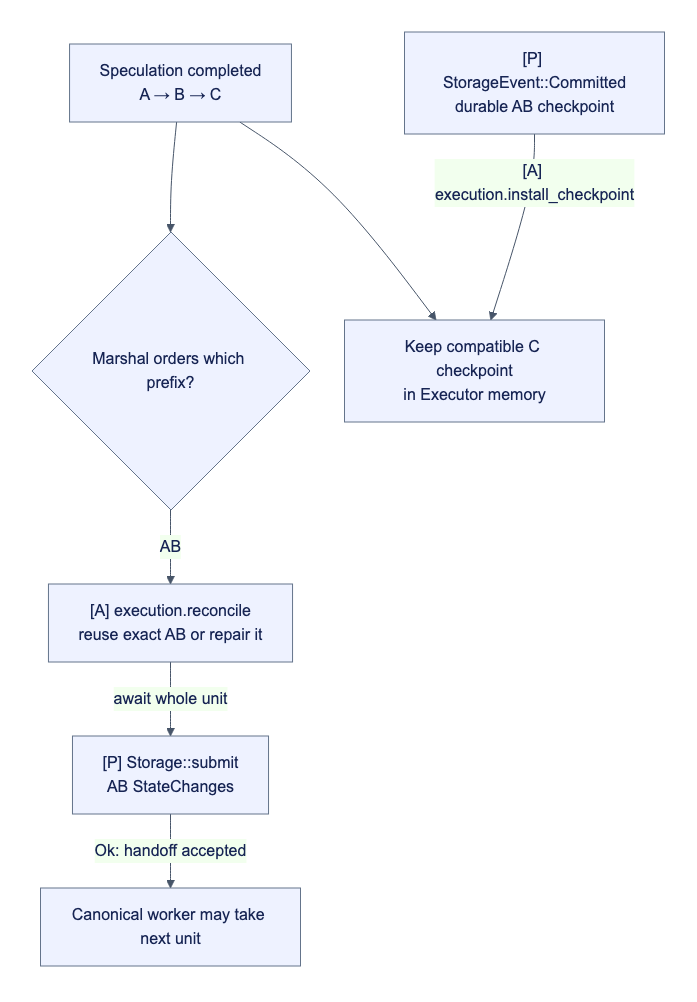
The Mermaid diagram docs/assets/diagrams/diagram-29.png in djm07073/baton, before a commit. Its source is kept beside it as docs/assets/diagrams/diagram-29.mmd.
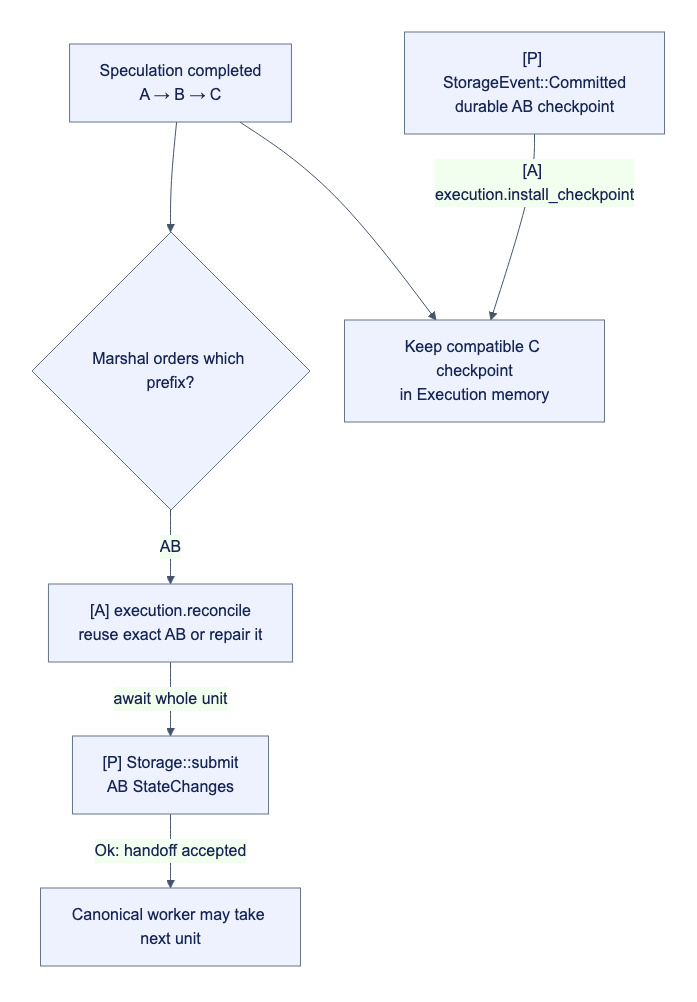
Above is the later version.

What changed in the source:
```diff
@@ -3,5 +3,5 @@
     O -->|"AB"| R["[A] execution.reconcile<br/>reuse exact AB or repair it"]
     R -->|"await whole unit"| S["[P] Storage::submit<br/>AB StateChanges"]
     S -->|"Ok: handoff accepted"| N["Canonical worker may take next unit"]
-    E --> K["Keep compatible C checkpoint<br/>in Executor memory"]
+    E --> K["Keep compatible C checkpoint<br/>in Execution memory"]
     D["[P] StorageEvent::Committed<br/>durable AB checkpoint"] -->|"[A] execution.install_checkpoint"| K
```
